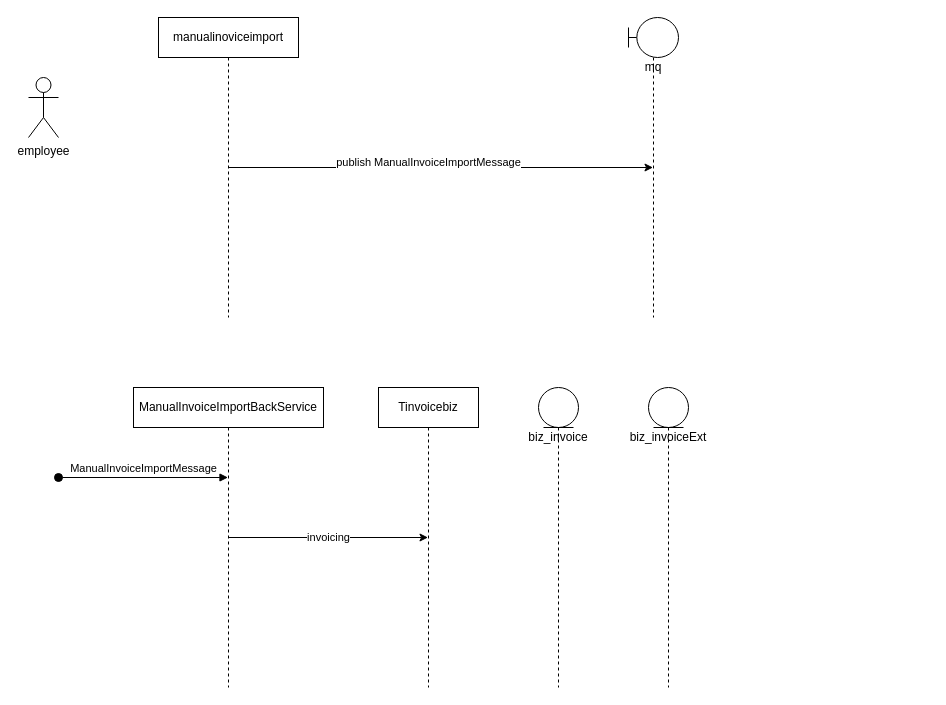
This is manual invoice upload.drawio from yi2003/diagram, a draw.io file, before an edit. Source tidied: cells renumbered, new cells numbered last; positions are measured from the earlier drawing's top-left corner, leaving out a move shared by most shapes. Both pictures are drawn from the tidied source at 100%, with x=0, y=0 at pixel (28, 17).
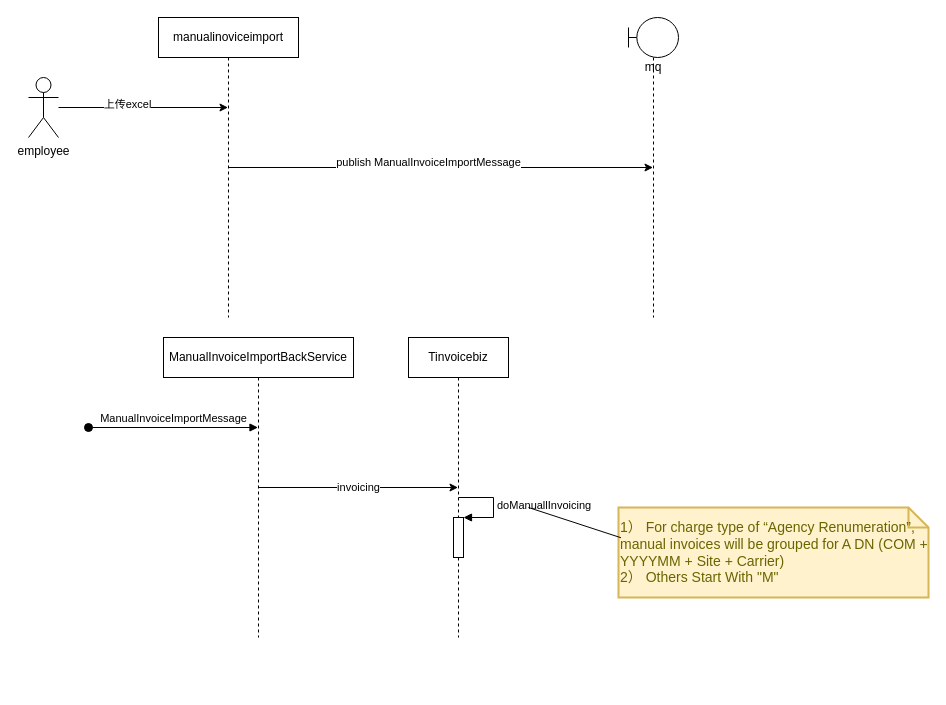
After the change.

Unchanged cells that the change refers to:
```xml
<mxCell id="2" value="employee" style="shape=umlActor;verticalLabelPosition=bottom;verticalAlign=top;html=1;" parent="1" vertex="1">
  <mxGeometry y="60" width="30" height="60" as="geometry" />
</mxCell>
<mxCell id="5" value="manualinoviceimport" style="shape=umlLifeline;perimeter=lifelinePerimeter;whiteSpace=wrap;html=1;outlineConnect=0;" parent="1" vertex="1">
  <mxGeometry x="130" width="140" height="300" as="geometry" />
</mxCell>
```

Change to the diagram source:
```diff
@@
+    <mxCell id="13" style="edgeStyle=orthogonalEdgeStyle;rounded=0;jettySize=auto;html=1;" parent="1" edge="1" source="2" target="5">
+      <mxGeometry relative="1" as="geometry">
+        <Array as="points">
+          <mxPoint x="160" y="90" />
+          <mxPoint x="160" y="90" />
+        </Array>
+      </mxGeometry>
+    </mxCell>
+    <mxCell id="14" value="上传excel" style="edgeLabel;html=1;align=center;verticalAlign=middle;" parent="13" vertex="1">
+      <mxGeometry x="-0.2" y="4" relative="1" as="geometry" />
+    </mxCell>
@@
     <mxCell id="8" value="ManualInvoiceImportBackService" style="shape=umlLifeline;perimeter=lifelinePerimeter;whiteSpace=wrap;html=1;outlineConnect=0;" parent="1" vertex="1">
-      <mxGeometry x="105" y="370" width="190" height="300" as="geometry" />
+      <mxGeometry x="135" y="320" width="190" height="300" as="geometry" />
     </mxCell>
     <mxCell id="9" value="ManualInvoiceImportMessage" style="html=1;verticalAlign=bottom;startArrow=oval;startFill=1;endArrow=block;startSize=8;rounded=0;" parent="1" edge="1" target="8">
       <mxGeometry relative="1" as="geometry">
-        <mxPoint x="30" y="460" as="sourcePoint" />
+        <mxPoint x="60" y="410" as="sourcePoint" />
       </mxGeometry>
     </mxCell>
-    <mxCell id="10" value="biz_invoice" style="shape=umlLifeline;participant=umlEntity;perimeter=lifelinePerimeter;whiteSpace=wrap;html=1;verticalAlign=top;spacingTop=36;" parent="1" vertex="1">
-      <mxGeometry x="510" y="370" width="40" height="300" as="geometry" />
-    </mxCell>
-    <mxCell id="11" value="biz_invoiceExt" style="shape=umlLifeline;participant=umlEntity;perimeter=lifelinePerimeter;whiteSpace=wrap;html=1;verticalAlign=top;spacingTop=36;size=40;" parent="1" vertex="1">
-      <mxGeometry x="620" y="370" width="40" height="300" as="geometry" />
-    </mxCell>
     <mxCell id="12" value="Tinvoicebiz" style="shape=umlLifeline;perimeter=lifelinePerimeter;whiteSpace=wrap;html=1;outlineConnect=0;" parent="1" vertex="1">
-      <mxGeometry x="350" y="370" width="100" height="300" as="geometry" />
+      <mxGeometry x="380" y="320" width="100" height="300" as="geometry" />
     </mxCell>
+    <mxCell id="15" style="html=1;points=[];perimeter=orthogonalPerimeter;" parent="12" vertex="1">
+      <mxGeometry x="45" y="180" width="10" height="40" as="geometry" />
+    </mxCell>
+    <mxCell id="16" value="doManuallInvoicing" style="edgeStyle=orthogonalEdgeStyle;html=1;align=left;spacingLeft=2;endArrow=block;rounded=0;entryX=1;entryY=0;" parent="12" edge="1" target="15">
+      <mxGeometry relative="1" as="geometry">
+        <mxPoint x="50" y="160" as="sourcePoint" />
+        <Array as="points">
+          <mxPoint x="85" y="160" />
+        </Array>
+      </mxGeometry>
+    </mxCell>
+    <mxCell id="17" value="1）&amp;nbsp;For charge type of “Agency Renumeration”, manual invoices will be grouped for A DN (COM + YYYYMM + Site + Carrier)&amp;nbsp;&lt;br&gt;2） Others Start With &quot;M&quot;" style="shape=note;strokeWidth=2;fontSize=14;size=20;whiteSpace=wrap;html=1;fillColor=#fff2cc;strokeColor=#d6b656;fontColor=#666600;align=left;" parent="1" vertex="1">
+      <mxGeometry x="590" y="490" width="310" height="90" as="geometry" />
+    </mxCell>
+    <mxCell id="18" style="endArrow=none;html=1;rounded=0;entryX=0.008;entryY=0.336;entryDx=0;entryDy=0;entryPerimeter=0;" parent="1" edge="1" target="17">
+      <mxGeometry relative="1" as="geometry">
+        <mxPoint x="500" y="490" as="sourcePoint" />
+      </mxGeometry>
+    </mxCell>
```
